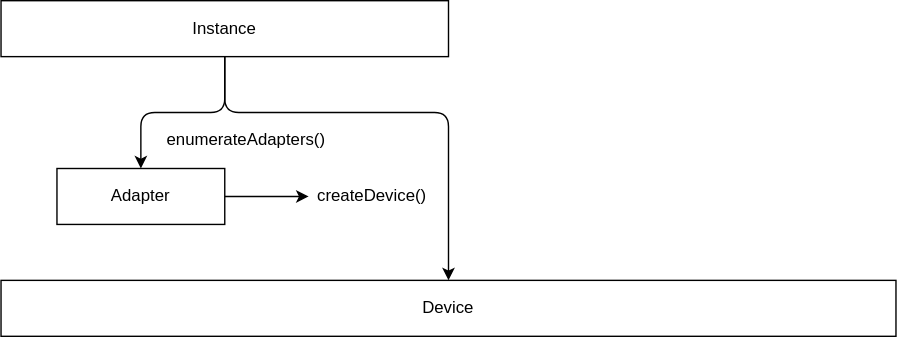
Above: docs/source/images/llri-diagram.svg in Rythe-Interactive/Rythe-LLRI (draw.io), before the change. Source tidied: cells renumbered, new cells last; positions are measured from the earlier drawing's top-left corner, leaving out a move shared by most shapes.
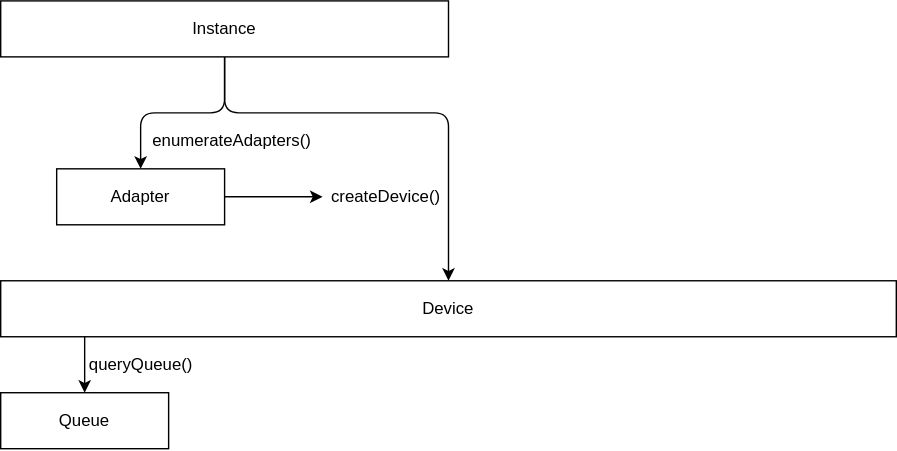
The same file after the commit.

The edit, as a diff of the source:
```diff
@@ -26,10 +26,24 @@
       <mxGeometry y="200" width="640" height="40" as="geometry" />
     </mxCell>
     <mxCell id="8" value="createDevice()" style="text;html=1;align=center;verticalAlign=middle;points=[];strokeColor=none;" parent="1" vertex="1">
-      <mxGeometry x="220" y="130" width="90" height="20" as="geometry" />
+      <mxGeometry x="230" y="130" width="90" height="20" as="geometry" />
     </mxCell>
     <mxCell id="9" value="enumerateAdapters()" style="text;html=1;align=center;verticalAlign=middle;strokeColor=none;" parent="1" vertex="1">
-      <mxGeometry x="110" y="90" width="130" height="20" as="geometry" />
+      <mxGeometry x="100" y="90" width="130" height="20" as="geometry" />
     </mxCell>
+    <mxCell id="10" value="Queue" style="whiteSpace=wrap;html=1;" parent="1" vertex="1">
+      <mxGeometry y="280" width="120" height="40" as="geometry" />
+    </mxCell>
+    <mxCell id="11" style="edgeStyle=orthogonalEdgeStyle;jettySize=auto;html=1;" parent="1" edge="1" source="7" target="10">
+      <mxGeometry relative="1" as="geometry">
+        <Array as="points">
+          <mxPoint x="60" y="260" />
+          <mxPoint x="60" y="260" />
+        </Array>
+      </mxGeometry>
+    </mxCell>
+    <mxCell id="12" value="queryQueue()" style="text;html=1;align=center;verticalAlign=middle;strokeColor=none;" parent="1" vertex="1">
+      <mxGeometry x="55" y="250" width="90" height="20" as="geometry" />
+    </mxCell>
   </root>
 </mxGraphModel>
```
